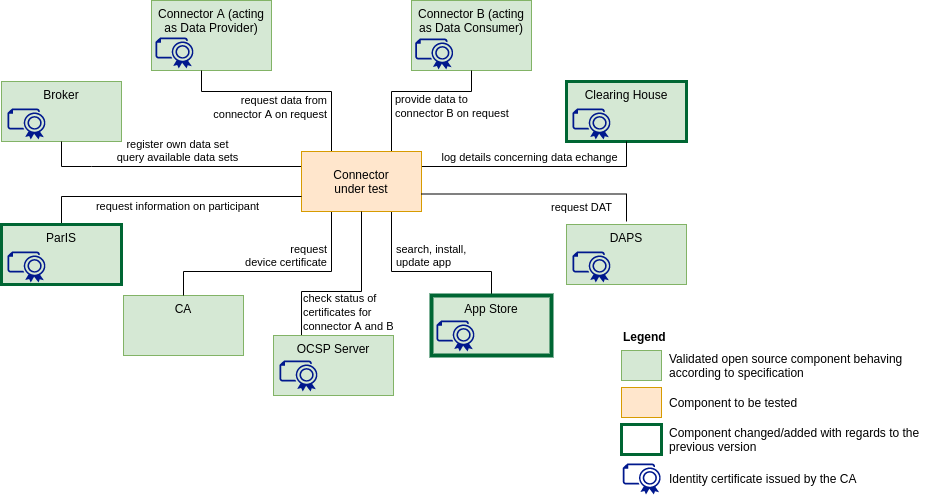
International-Data-Spaces-Association/IDS-testbed keeps this draw.io diagram as pictures/Testbed_1.X.png. Above is the earlier version. Source tidied: cells renumbered, new cells last; positions are measured from the earlier drawing's top-left corner, leaving out a move shared by most shapes.
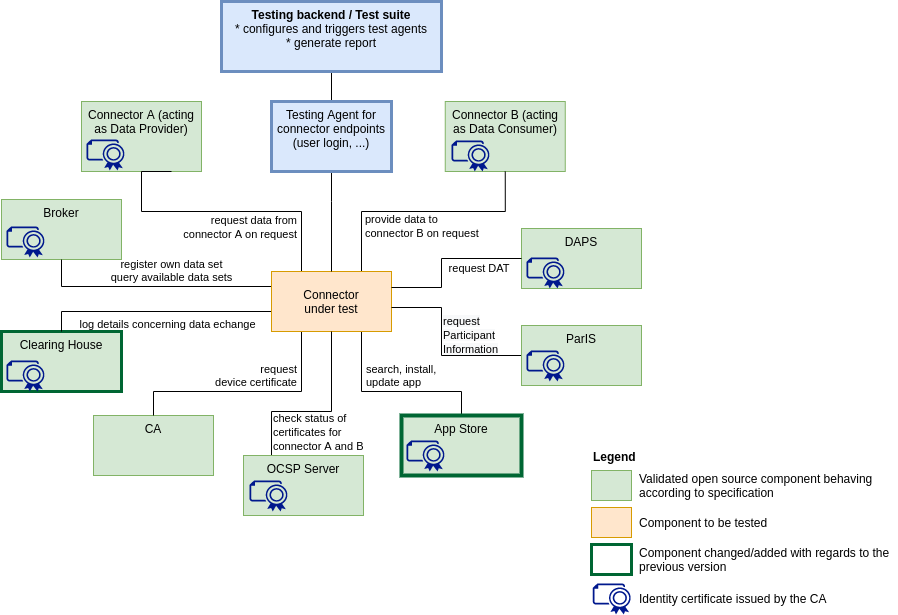
After the commit.

The edit, as a diff of the source:
```diff
@@ -6,19 +6,19 @@
       <mxGeometry x="122" y="295" width="120" height="60" as="geometry" />
     </mxCell>
     <mxCell id="3" value="Clearing House" style="rounded=0;whiteSpace=wrap;html=1;fillColor=#d5e8d4;verticalAlign=top;strokeColor=#006633;strokeWidth=3;" parent="1" vertex="1">
-      <mxGeometry x="565" y="81" width="120" height="60" as="geometry" />
+      <mxGeometry x="30" y="211" width="120" height="60" as="geometry" />
     </mxCell>
     <mxCell id="4" value="Connector A (acting as Data Provider)" style="rounded=0;whiteSpace=wrap;html=1;fillColor=#d5e8d4;strokeColor=#82b366;verticalAlign=top;" parent="1" vertex="1">
-      <mxGeometry x="150" width="120" height="70" as="geometry" />
+      <mxGeometry x="110" y="-19" width="120" height="70" as="geometry" />
     </mxCell>
     <mxCell id="5" value="Connector B (acting as Data Consumer)" style="rounded=0;whiteSpace=wrap;html=1;fillColor=#d5e8d4;strokeColor=#82b366;verticalAlign=top;" parent="1" vertex="1">
-      <mxGeometry x="410" width="120" height="70" as="geometry" />
+      <mxGeometry x="473.8" y="-19" width="120" height="70" as="geometry" />
     </mxCell>
     <mxCell id="6" value="Broker" style="rounded=0;whiteSpace=wrap;html=1;fillColor=#d5e8d4;strokeColor=#82b366;verticalAlign=top;" parent="1" vertex="1">
-      <mxGeometry y="81" width="120" height="60" as="geometry" />
+      <mxGeometry x="30" y="79" width="120" height="60" as="geometry" />
     </mxCell>
     <mxCell id="7" value="register own data set&lt;br&gt;query available data sets" style="edgeStyle=orthogonalEdgeStyle;rounded=0;jettySize=auto;html=1;endArrow=none;endFill=0;align=center;verticalAlign=bottom;labelBackgroundColor=none;exitX=0;exitY=0.25;exitDx=0;exitDy=0;" parent="1" edge="1" source="13" target="6">
-      <mxGeometry x="-0.07" relative="1" as="geometry">
+      <mxGeometry x="-0.16" relative="1" as="geometry">
         <Array as="points">
           <mxPoint x="90" y="166" />
           <mxPoint x="90" y="166" />
@@ -29,20 +29,25 @@
       <mxGeometry x="-0.58" y="-10" relative="1" as="geometry">
         <Array as="points">
           <mxPoint x="390" y="91" />
-          <mxPoint x="470" y="91" />
+          <mxPoint x="534" y="91" />
         </Array>
       </mxGeometry>
     </mxCell>
-    <mxCell id="9" style="edgeStyle=orthogonalEdgeStyle;rounded=0;jettySize=auto;html=1;endArrow=none;endFill=0;align=center;exitX=0.25;exitY=0;exitDx=0;exitDy=0;" parent="1" edge="1" source="13" target="4">
+    <mxCell id="9" style="edgeStyle=orthogonalEdgeStyle;rounded=0;jettySize=auto;html=1;endArrow=none;endFill=0;align=center;exitX=0.25;exitY=0;exitDx=0;exitDy=0;entryX=0.75;entryY=1;entryDx=0;entryDy=0;" parent="1" edge="1" source="13" target="4">
       <mxGeometry relative="1" as="geometry">
         <Array as="points">
           <mxPoint x="330" y="91" />
-          <mxPoint x="200" y="91" />
+          <mxPoint x="170" y="91" />
         </Array>
       </mxGeometry>
     </mxCell>
-    <mxCell id="10" value="log details concerning data echange" style="edgeStyle=orthogonalEdgeStyle;rounded=0;jettySize=auto;html=1;entryX=0.5;entryY=1;entryDx=0;entryDy=0;endArrow=none;endFill=0;align=center;verticalAlign=bottom;labelBackgroundColor=none;exitX=1;exitY=0.25;exitDx=0;exitDy=0;" parent="1" edge="1" source="13" target="3">
-      <mxGeometry x="-0.06" relative="1" as="geometry" />
+    <mxCell id="10" value="log details concerning data echange" style="edgeStyle=orthogonalEdgeStyle;rounded=0;jettySize=auto;html=1;entryX=0.5;entryY=0;entryDx=0;entryDy=0;endArrow=none;endFill=0;align=center;verticalAlign=top;labelBackgroundColor=none;exitX=0;exitY=0.75;exitDx=0;exitDy=0;" parent="1" edge="1" source="13" target="3">
+      <mxGeometry x="-0.07" relative="1" as="geometry">
+        <Array as="points">
+          <mxPoint x="300" y="191" />
+          <mxPoint x="90" y="191" />
+        </Array>
+      </mxGeometry>
     </mxCell>
     <mxCell id="11" style="edgeStyle=orthogonalEdgeStyle;rounded=0;jettySize=auto;html=1;entryX=0.5;entryY=0;entryDx=0;entryDy=0;endArrow=none;endFill=0;align=right;exitX=0.25;exitY=1;exitDx=0;exitDy=0;" parent="1" edge="1" source="13" target="2">
       <mxGeometry x="-0.66" y="-10" relative="1" as="geometry">
@@ -79,13 +84,13 @@
       <mxGeometry x="620" y="321" width="260" height="30" as="geometry" />
     </mxCell>
     <mxCell id="19" style="shadow=0;dashed=0;html=1;strokeColor=none;labelPosition=center;verticalLabelPosition=bottom;verticalAlign=top;align=center;fillColor=#00188D;shape=mxgraph.azure.certificate;" parent="1" vertex="1">
-      <mxGeometry x="154" y="37" width="38.8" height="31" as="geometry" />
+      <mxGeometry x="115" y="19" width="38.8" height="31" as="geometry" />
     </mxCell>
     <mxCell id="20" style="shadow=0;dashed=0;html=1;strokeColor=none;labelPosition=center;verticalLabelPosition=bottom;verticalAlign=top;align=center;fillColor=#00188D;shape=mxgraph.azure.certificate;" parent="1" vertex="1">
-      <mxGeometry x="413.8" y="38" width="38.8" height="31" as="geometry" />
+      <mxGeometry x="480" y="20" width="38.8" height="31" as="geometry" />
     </mxCell>
     <mxCell id="21" style="shadow=0;dashed=0;html=1;strokeColor=none;labelPosition=center;verticalLabelPosition=bottom;verticalAlign=top;align=center;fillColor=#00188D;shape=mxgraph.azure.certificate;" parent="1" vertex="1">
-      <mxGeometry x="6" y="108" width="38.8" height="31" as="geometry" />
+      <mxGeometry x="35" y="106" width="38.8" height="31" as="geometry" />
     </mxCell>
     <mxCell id="22" style="shadow=0;dashed=0;html=1;strokeColor=none;labelPosition=center;verticalLabelPosition=bottom;verticalAlign=top;align=center;fillColor=#00188D;shape=mxgraph.azure.certificate;" parent="1" vertex="1">
       <mxGeometry x="621.2" y="463" width="38.8" height="31" as="geometry" />
@@ -94,7 +99,7 @@
       <mxGeometry x="666" y="463" width="260" height="30" as="geometry" />
     </mxCell>
     <mxCell id="24" style="shadow=0;dashed=0;html=1;strokeColor=none;labelPosition=center;verticalLabelPosition=bottom;verticalAlign=top;align=center;fillColor=#00188D;shape=mxgraph.azure.certificate;" parent="1" vertex="1">
-      <mxGeometry x="571" y="108" width="38.8" height="31" as="geometry" />
+      <mxGeometry x="35" y="240" width="38.8" height="31" as="geometry" />
     </mxCell>
     <mxCell id="25" style="edgeStyle=orthogonalEdgeStyle;rounded=0;jettySize=auto;html=1;endArrow=none;endFill=0;" parent="1" edge="1" source="26" target="13">
       <mxGeometry relative="1" as="geometry">
@@ -104,7 +109,7 @@
         </Array>
       </mxGeometry>
     </mxCell>
-    <mxCell id="26" value="OCSP Server" style="rounded=0;whiteSpace=wrap;html=1;fillColor=#d5e8d4;strokeColor=#82b366;verticalAlign=top;" parent="1" vertex="1">
+    <mxCell id="26" value="OCSP Server" style="rounded=0;whiteSpace=wrap;html=1;fillColor=#d5e8d4;verticalAlign=top;strokeColor=#82b366;strokeWidth=1;" parent="1" vertex="1">
       <mxGeometry x="272" y="335" width="120" height="60" as="geometry" />
     </mxCell>
     <mxCell id="27" value="&lt;span style=&quot;color: rgb(0, 0, 0); font-family: helvetica; font-size: 11px; font-style: normal; font-weight: 400; letter-spacing: normal; text-indent: 0px; text-transform: none; word-spacing: 0px; background-color: rgb(255, 255, 255); display: inline; float: none;&quot;&gt;request data from&lt;/span&gt;&lt;br style=&quot;color: rgb(0, 0, 0); font-family: helvetica; font-size: 11px; font-style: normal; font-weight: 400; letter-spacing: normal; text-indent: 0px; text-transform: none; word-spacing: 0px;&quot;&gt;&lt;span style=&quot;color: rgb(0, 0, 0); font-family: helvetica; font-size: 11px; font-style: normal; font-weight: 400; letter-spacing: normal; text-indent: 0px; text-transform: none; word-spacing: 0px; background-color: rgb(255, 255, 255); display: inline; float: none;&quot;&gt;connector A on request&lt;/span&gt;" style="text;whiteSpace=wrap;html=1;align=right;" parent="1" vertex="1">
@@ -119,36 +124,6 @@
     <mxCell id="30" value="&lt;meta charset=&quot;utf-8&quot;&gt;&lt;div style=&quot;color: rgb(0, 0, 0); font-family: helvetica; font-size: 11px; font-style: normal; font-weight: 400; letter-spacing: normal; text-align: right; text-indent: 0px; text-transform: none; word-spacing: 0px;&quot;&gt;request&lt;/div&gt;&lt;div style=&quot;color: rgb(0, 0, 0); font-family: helvetica; font-size: 11px; font-style: normal; font-weight: 400; letter-spacing: normal; text-align: right; text-indent: 0px; text-transform: none; word-spacing: 0px;&quot;&gt;device&amp;nbsp;certificate&lt;/div&gt;" style="text;whiteSpace=wrap;html=1;" parent="1" vertex="1">
       <mxGeometry x="242" y="236" width="110" height="40" as="geometry" />
     </mxCell>
-    <mxCell id="31" style="edgeStyle=orthogonalEdgeStyle;rounded=0;jettySize=auto;html=1;endArrow=none;endFill=0;align=center;exitX=0;exitY=0.75;exitDx=0;exitDy=0;" parent="1" edge="1" source="13" target="33">
-      <mxGeometry relative="1" as="geometry">
-        <Array as="points">
-          <mxPoint x="60" y="196" />
-        </Array>
-      </mxGeometry>
-    </mxCell>
-    <mxCell id="32" value="request information on participant" style="edgeLabel;html=1;align=center;verticalAlign=top;" parent="31" vertex="1">
-      <mxGeometry x="0.06" y="-4" relative="1" as="geometry">
-        <mxPoint x="17" y="1" as="offset" />
-      </mxGeometry>
-    </mxCell>
-    <mxCell id="33" value="ParIS" style="rounded=0;whiteSpace=wrap;html=1;fillColor=#d5e8d4;verticalAlign=top;strokeColor=#006633;strokeWidth=3;" parent="1" vertex="1">
-      <mxGeometry y="224" width="120" height="60" as="geometry" />
-    </mxCell>
-    <mxCell id="34" style="shadow=0;dashed=0;html=1;strokeColor=none;labelPosition=center;verticalLabelPosition=bottom;verticalAlign=top;align=center;fillColor=#00188D;shape=mxgraph.azure.certificate;" parent="1" vertex="1">
-      <mxGeometry x="6" y="251" width="38.8" height="31" as="geometry" />
-    </mxCell>
-    <mxCell id="35" value="DAPS" style="rounded=0;whiteSpace=wrap;html=1;fillColor=#d5e8d4;strokeColor=#82b366;verticalAlign=top;" parent="1" vertex="1">
-      <mxGeometry x="565" y="224" width="120" height="60" as="geometry" />
-    </mxCell>
-    <mxCell id="36" style="shadow=0;dashed=0;html=1;strokeColor=none;labelPosition=center;verticalLabelPosition=bottom;verticalAlign=top;align=center;fillColor=#00188D;shape=mxgraph.azure.certificate;" parent="1" vertex="1">
-      <mxGeometry x="571" y="251" width="38.8" height="31" as="geometry" />
-    </mxCell>
-    <mxCell id="37" value="request DAT" style="edgeStyle=orthogonalEdgeStyle;rounded=0;orthogonalLoop=1;jettySize=auto;html=1;endArrow=none;endFill=0;align=center;verticalAlign=top;labelBackgroundColor=none;exitX=1;exitY=0.25;exitDx=0;exitDy=0;" parent="1" edge="1">
-      <mxGeometry x="0.38" relative="1" as="geometry">
-        <mxPoint x="420" y="193.5" as="sourcePoint" />
-        <mxPoint x="625" y="221" as="targetPoint" />
-      </mxGeometry>
-    </mxCell>
     <mxCell id="38" style="rounded=0;whiteSpace=wrap;html=1;strokeWidth=3;fillColor=none;strokeColor=#006633;" parent="1" vertex="1">
       <mxGeometry x="620" y="424" width="40" height="30" as="geometry" />
     </mxCell>
@@ -167,5 +142,52 @@
     <mxCell id="43" value="&lt;div style=&quot;color: rgb(0 , 0 , 0) ; font-family: &amp;#34;helvetica&amp;#34; ; font-size: 11px ; font-style: normal ; font-weight: 400 ; letter-spacing: normal ; text-indent: 0px ; text-transform: none ; word-spacing: 0px&quot;&gt;search, install,&lt;br&gt;update app&lt;/div&gt;" style="text;whiteSpace=wrap;html=1;align=left;" parent="1" vertex="1">
       <mxGeometry x="393.4" y="236" width="110" height="40" as="geometry" />
     </mxCell>
+    <mxCell id="44" style="edgeStyle=orthogonalEdgeStyle;rounded=0;jettySize=auto;html=1;entryX=0.5;entryY=0;entryDx=0;entryDy=0;endArrow=none;endFill=0;" parent="1" edge="1" source="45" target="13">
+      <mxGeometry relative="1" as="geometry">
+        <Array as="points">
+          <mxPoint x="360" y="81" />
+          <mxPoint x="360" y="81" />
+        </Array>
+      </mxGeometry>
+    </mxCell>
+    <mxCell id="45" value="&lt;b&gt;Testing backend / Test suite&lt;/b&gt;&lt;br&gt;* configures and triggers test agents&lt;br&gt;* generate report" style="rounded=0;whiteSpace=wrap;html=1;fillColor=#dae8fc;strokeColor=#6c8ebf;verticalAlign=top;strokeWidth=3;" parent="1" vertex="1">
+      <mxGeometry x="250" y="-119" width="220" height="70" as="geometry" />
+    </mxCell>
+    <mxCell id="46" value="Testing Agent for connector endpoints (user login, ...)" style="rounded=0;whiteSpace=wrap;html=1;fillColor=#dae8fc;strokeColor=#6c8ebf;verticalAlign=top;strokeWidth=3;" parent="1" vertex="1">
+      <mxGeometry x="300" y="-19" width="120" height="70" as="geometry" />
+    </mxCell>
+    <mxCell id="47" style="edgeStyle=orthogonalEdgeStyle;rounded=0;jettySize=auto;html=1;entryX=0;entryY=0.5;entryDx=0;entryDy=0;endArrow=none;endFill=0;" parent="1" edge="1" target="33">
+      <mxGeometry relative="1" as="geometry">
+        <mxPoint x="420" y="187" as="sourcePoint" />
+        <Array as="points">
+          <mxPoint x="470" y="187" />
+          <mxPoint x="470" y="235" />
+        </Array>
+      </mxGeometry>
+    </mxCell>
+    <mxCell id="35" value="DAPS" style="rounded=0;whiteSpace=wrap;html=1;fillColor=#d5e8d4;strokeColor=#82b366;verticalAlign=top;" parent="1" vertex="1">
+      <mxGeometry x="550" y="108" width="120" height="60" as="geometry" />
+    </mxCell>
+    <mxCell id="48" style="shadow=0;dashed=0;html=1;strokeColor=none;labelPosition=center;verticalLabelPosition=bottom;verticalAlign=top;align=center;fillColor=#00188D;shape=mxgraph.azure.certificate;" parent="1" vertex="1">
+      <mxGeometry x="555" y="137" width="38.8" height="31" as="geometry" />
+    </mxCell>
+    <mxCell id="37" value="&amp;nbsp; &amp;nbsp;request DAT" style="edgeStyle=orthogonalEdgeStyle;rounded=0;jettySize=auto;html=1;endArrow=none;endFill=0;align=center;verticalAlign=middle;labelBackgroundColor=none;entryX=0;entryY=0.5;entryDx=0;entryDy=0;" parent="1" edge="1" target="35">
+      <mxGeometry x="0.41" y="-10" relative="1" as="geometry">
+        <mxPoint x="420" y="167" as="sourcePoint" />
+        <Array as="points">
+          <mxPoint x="470" y="167" />
+          <mxPoint x="470" y="138" />
+        </Array>
+      </mxGeometry>
+    </mxCell>
+    <mxCell id="33" value="ParIS" style="rounded=0;whiteSpace=wrap;html=1;fillColor=#d5e8d4;verticalAlign=top;strokeColor=#82b366;strokeWidth=1;" parent="1" vertex="1">
+      <mxGeometry x="550" y="205" width="120" height="60" as="geometry" />
+    </mxCell>
+    <mxCell id="49" style="shadow=0;dashed=0;html=1;strokeColor=none;labelPosition=center;verticalLabelPosition=bottom;verticalAlign=top;align=center;fillColor=#00188D;shape=mxgraph.azure.certificate;" parent="1" vertex="1">
+      <mxGeometry x="555" y="230" width="38.8" height="31" as="geometry" />
+    </mxCell>
+    <mxCell id="50" value="&lt;span style=&quot;color: rgb(0 , 0 , 0) ; font-family: &amp;#34;helvetica&amp;#34; ; font-size: 11px ; font-style: normal ; font-weight: 400 ; letter-spacing: normal ; text-align: center ; text-indent: 0px ; text-transform: none ; word-spacing: 0px ; background-color: rgb(248 , 249 , 250) ; display: inline ; float: none&quot;&gt;request Participant Information&lt;/span&gt;" style="text;whiteSpace=wrap;html=1;" parent="1" vertex="1">
+      <mxGeometry x="470" y="187" width="90" height="30" as="geometry" />
+    </mxCell>
   </root>
 </mxGraphModel>
```
